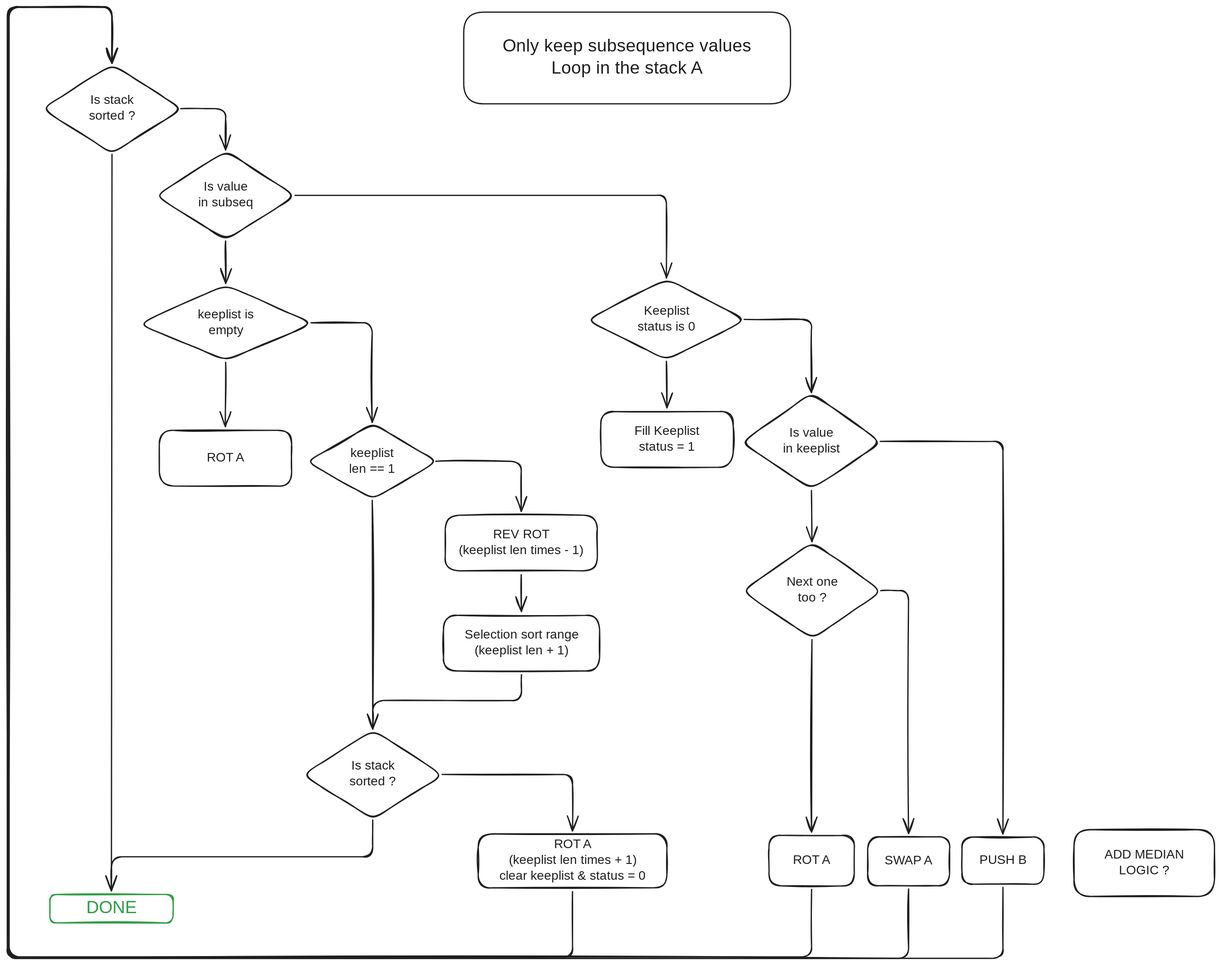
Above: images/only_keep_subsequence.excalidraw.svg in flinguenheld/42_push_swap (Excalidraw), before the change. Source tidied: one line per element, renumbered; positions are measured from the earlier drawing's top-left corner, leaving out a move shared by most shapes.
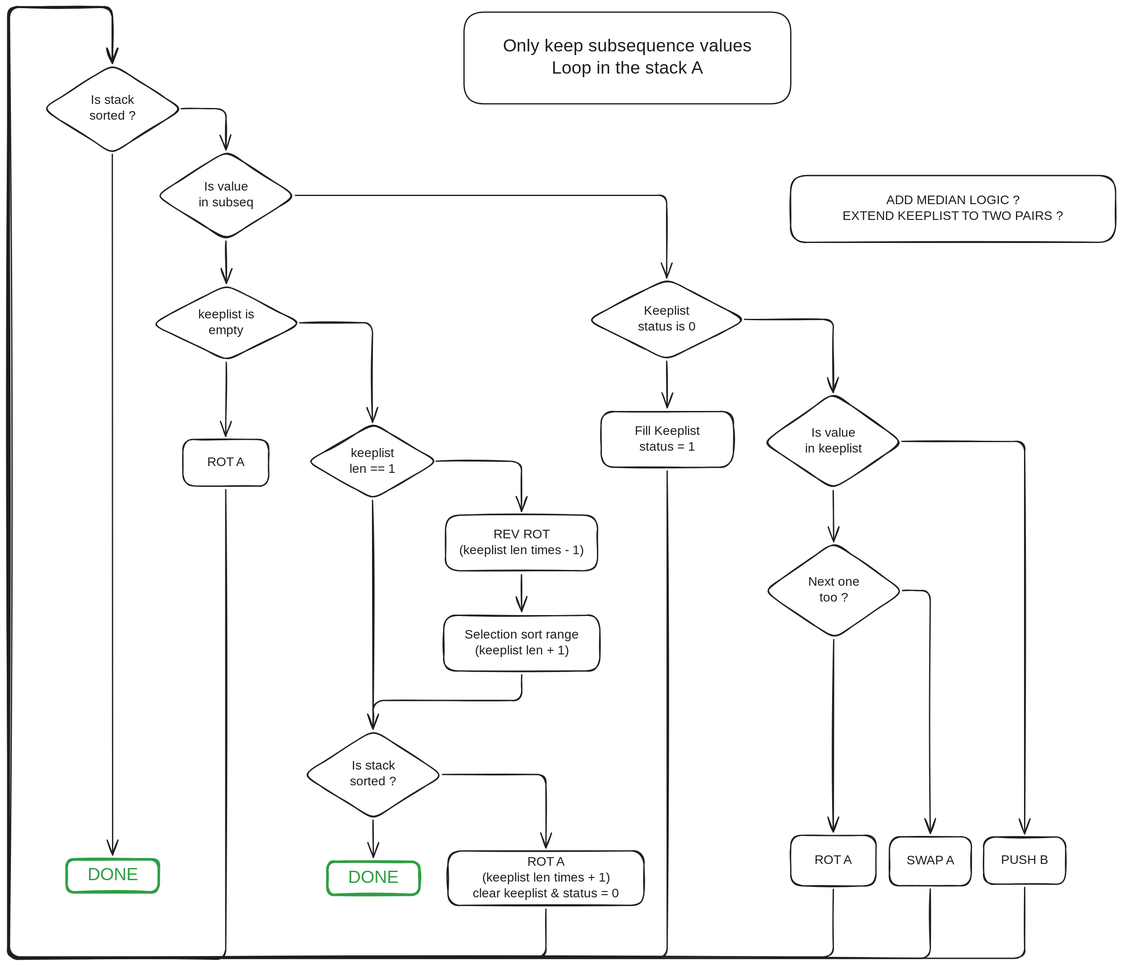
Above is the later version.

What changed in the source:
```diff
@@ -13,48 +13,52 @@
 {"id": 12, "type": "rectangle", "strokeColor": "#1e1e1e", "strokeWidth": 2, "roughness": 1, "round": true, "x": 939, "y": 640, "width": 209, "height": 88}
 {"id": 13, "type": "text", "text": "Fill Keeplist\nstatus = 1", "strokeColor": "#1e1e1e", "strokeWidth": 2, "roughness": 1, "fontSize": 20, "fontFamily": 5, "textAlign": "center", "verticalAlign": "middle", "inside": 12, "x": 989, "y": 659, "width": 110, "height": 50}
 {"id": 14, "type": "arrow", "strokeColor": "#1e1e1e", "strokeWidth": 2, "roughness": 1, "endArrowhead": "arrow", "from": 9, "to": 12, "x": 1043, "y": 561, "width": 1, "height": 74, "points": [[0, 0], [1, 74]]}
-{"id": 15, "type": "diamond", "strokeColor": "#1e1e1e", "strokeWidth": 2, "roughness": 1, "round": true, "x": 1162, "y": 611, "width": 221, "height": 153}
+{"id": 15, "type": "diamond", "strokeColor": "#1e1e1e", "strokeWidth": 2, "roughness": 1, "round": true, "x": 1196, "y": 611, "width": 221, "height": 153}
-{"id": 16, "type": "text", "text": "Is value\nin keeplist", "strokeColor": "#1e1e1e", "strokeWidth": 2, "roughness": 1, "fontSize": 20, "fontFamily": 5, "textAlign": "center", "verticalAlign": "middle", "inside": 15, "x": 1224, "y": 663, "width": 98, "height": 50}
+{"id": 16, "type": "text", "text": "Is value\nin keeplist", "strokeColor": "#1e1e1e", "strokeWidth": 2, "roughness": 1, "fontSize": 20, "fontFamily": 5, "textAlign": "center", "verticalAlign": "middle", "inside": 15, "x": 1258, "y": 663, "width": 98, "height": 50}
-{"id": 17, "type": "diamond", "strokeColor": "#1e1e1e", "strokeWidth": 2, "roughness": 1, "round": true, "x": 1163, "y": 847, "width": 221, "height": 153}
+{"id": 17, "type": "diamond", "strokeColor": "#1e1e1e", "strokeWidth": 2, "roughness": 1, "round": true, "x": 1197, "y": 847, "width": 221, "height": 153}
-{"id": 18, "type": "text", "text": "Next one\ntoo ?", "strokeColor": "#1e1e1e", "strokeWidth": 2, "roughness": 1, "fontSize": 20, "fontFamily": 5, "textAlign": "center", "verticalAlign": "middle", "inside": 17, "x": 1230, "y": 899, "width": 88, "height": 50}
+{"id": 18, "type": "text", "text": "Next one\ntoo ?", "strokeColor": "#1e1e1e", "strokeWidth": 2, "roughness": 1, "fontSize": 20, "fontFamily": 5, "textAlign": "center", "verticalAlign": "middle", "inside": 17, "x": 1264, "y": 899, "width": 88, "height": 50}
-{"id": 19, "type": "arrow", "strokeColor": "#1e1e1e", "strokeWidth": 2, "roughness": 1, "endArrowhead": "arrow", "from": 15, "to": 17, "x": 1272, "y": 765, "width": 1, "height": 81, "points": [[0, 0], [1, 81]]}
+{"id": 19, "type": "arrow", "strokeColor": "#1e1e1e", "strokeWidth": 2, "roughness": 1, "endArrowhead": "arrow", "from": 15, "to": 17, "x": 1306, "y": 765, "width": 1, "height": 81, "points": [[0, 0], [1, 81]]}
-{"id": 20, "type": "rectangle", "strokeColor": "#1e1e1e", "strokeWidth": 2, "roughness": 1, "round": true, "x": 1361, "y": 1313, "width": 130, "height": 77}
+{"id": 20, "type": "rectangle", "strokeColor": "#1e1e1e", "strokeWidth": 2, "roughness": 1, "round": true, "x": 1395, "y": 1313, "width": 130, "height": 77}
-{"id": 21, "type": "text", "text": "SWAP A", "strokeColor": "#1e1e1e", "strokeWidth": 2, "roughness": 1, "fontSize": 20, "fontFamily": 5, "textAlign": "center", "verticalAlign": "middle", "inside": 20, "x": 1389, "y": 1339, "width": 75, "height": 25}
+{"id": 21, "type": "text", "text": "SWAP A", "strokeColor": "#1e1e1e", "strokeWidth": 2, "roughness": 1, "fontSize": 20, "fontFamily": 5, "textAlign": "center", "verticalAlign": "middle", "inside": 20, "x": 1423, "y": 1339, "width": 75, "height": 25}
-{"id": 22, "type": "arrow", "strokeColor": "#1e1e1e", "strokeWidth": 2, "roughness": 1, "endArrowhead": "arrow", "from": 9, "to": 15, "x": 1166, "y": 495, "width": 106, "height": 116, "points": [[0, 0], [106, 0], [106, 116]]}
+{"id": 22, "type": "arrow", "strokeColor": "#1e1e1e", "strokeWidth": 2, "roughness": 1, "endArrowhead": "arrow", "from": 9, "to": 15, "x": 1166, "y": 495, "width": 140, "height": 116, "points": [[0, 0], [140, 0], [140, 116]]}
-{"id": 23, "type": "diamond", "strokeColor": "#1e1e1e", "strokeWidth": 2, "roughness": 1, "round": true, "x": 208, "y": 440, "width": 275, "height": 120}
+{"id": 23, "type": "diamond", "strokeColor": "#1e1e1e", "strokeWidth": 2, "roughness": 1, "round": true, "x": 228, "y": 440, "width": 237, "height": 120}
 {"id": 24, "type": "text", "text": "keeplist is\nempty", "strokeColor": "#1e1e1e", "strokeWidth": 2, "roughness": 1, "fontSize": 20, "fontFamily": 5, "textAlign": "center", "verticalAlign": "middle", "inside": 23, "x": 297, "y": 475, "width": 98, "height": 50}
-{"id": 25, "type": "rectangle", "strokeColor": "#1e1e1e", "strokeWidth": 2, "roughness": 1, "round": true, "x": 241, "y": 670, "width": 209, "height": 88}
+{"id": 25, "type": "rectangle", "strokeColor": "#1e1e1e", "strokeWidth": 2, "roughness": 1, "round": true, "x": 277, "y": 685, "width": 136, "height": 74}
-{"id": 26, "type": "text", "text": "ROT A", "strokeColor": "#1e1e1e", "strokeWidth": 2, "roughness": 1, "fontSize": 20, "fontFamily": 5, "textAlign": "center", "verticalAlign": "middle", "inside": 25, "x": 311, "y": 702, "width": 69, "height": 25}
+{"id": 26, "type": "text", "text": "ROT A", "strokeColor": "#1e1e1e", "strokeWidth": 2, "roughness": 1, "fontSize": 20, "fontFamily": 5, "textAlign": "center", "verticalAlign": "middle", "inside": 25, "x": 311, "y": 709, "width": 69, "height": 25}
-{"id": 27, "type": "arrow", "strokeColor": "#1e1e1e", "strokeWidth": 2, "roughness": 1, "endArrowhead": "arrow", "from": 2, "to": 23, "x": 345, "y": 371, "width": 0, "height": 67, "points": [[0, 0], [0, 67]]}
+{"id": 27, "type": "arrow", "strokeColor": "#1e1e1e", "strokeWidth": 2, "roughness": 1, "endArrowhead": "arrow", "from": 2, "to": 23, "x": 345, "y": 371, "width": 1, "height": 67, "points": [[0, 0], [1, 67]]}
-{"id": 28, "type": "arrow", "strokeColor": "#1e1e1e", "strokeWidth": 2, "roughness": 1, "endArrowhead": "arrow", "from": 23, "to": 25, "x": 345, "y": 562, "width": 0, "height": 102, "points": [[0, 0], [0, 102]]}
+{"id": 28, "type": "arrow", "strokeColor": "#1e1e1e", "strokeWidth": 2, "roughness": 1, "endArrowhead": "arrow", "from": 23, "to": 25, "x": 346, "y": 562, "width": 1, "height": 117, "points": [[0, 0], [-1, 117]]}
-{"id": 29, "type": "rectangle", "strokeColor": "#1e1e1e", "strokeWidth": 2, "roughness": 1, "round": true, "x": 1510, "y": 1314, "width": 130, "height": 75}
+{"id": 29, "type": "rectangle", "strokeColor": "#1e1e1e", "strokeWidth": 2, "roughness": 1, "round": true, "x": 1544, "y": 1314, "width": 130, "height": 75}
-{"id": 30, "type": "text", "text": "PUSH B", "strokeColor": "#1e1e1e", "strokeWidth": 2, "roughness": 1, "fontSize": 20, "fontFamily": 5, "textAlign": "center", "verticalAlign": "middle", "inside": 29, "x": 1537, "y": 1338, "width": 76, "height": 25}
+{"id": 30, "type": "text", "text": "PUSH B", "strokeColor": "#1e1e1e", "strokeWidth": 2, "roughness": 1, "fontSize": 20, "fontFamily": 5, "textAlign": "center", "verticalAlign": "middle", "inside": 29, "x": 1571, "y": 1338, "width": 76, "height": 25}
-{"id": 31, "type": "arrow", "strokeColor": "#1e1e1e", "strokeWidth": 2, "roughness": 1, "endArrowhead": "arrow", "from": 15, "to": 29, "x": 1381, "y": 688, "width": 194, "height": 621, "points": [[0, 0], [194, 0], [194, 621]]}
+{"id": 31, "type": "arrow", "strokeColor": "#1e1e1e", "strokeWidth": 2, "roughness": 1, "endArrowhead": "arrow", "from": 15, "to": 29, "x": 1415, "y": 688, "width": 194, "height": 621, "points": [[0, 0], [194, 0], [194, 621]]}
-{"id": 32, "type": "rectangle", "strokeColor": "#1e1e1e", "strokeWidth": 2, "roughness": 1, "round": true, "x": 1205, "y": 1311, "width": 135, "height": 80}
+{"id": 32, "type": "rectangle", "strokeColor": "#1e1e1e", "strokeWidth": 2, "roughness": 1, "round": true, "x": 1239, "y": 1311, "width": 135, "height": 80}
-{"id": 33, "type": "text", "text": "ROT A", "strokeColor": "#1e1e1e", "strokeWidth": 2, "roughness": 1, "fontSize": 20, "fontFamily": 5, "textAlign": "center", "verticalAlign": "middle", "inside": 32, "x": 1238, "y": 1338, "width": 69, "height": 25}
+{"id": 33, "type": "text", "text": "ROT A", "strokeColor": "#1e1e1e", "strokeWidth": 2, "roughness": 1, "fontSize": 20, "fontFamily": 5, "textAlign": "center", "verticalAlign": "middle", "inside": 32, "x": 1272, "y": 1338, "width": 69, "height": 25}
 {"id": 34, "type": "diamond", "strokeColor": "#1e1e1e", "strokeWidth": 2, "roughness": 1, "round": true, "x": 474, "y": 660, "width": 206, "height": 119}
 {"id": 35, "type": "text", "text": "keeplist\nlen == 1", "strokeColor": "#1e1e1e", "strokeWidth": 2, "roughness": 1, "fontSize": 20, "fontFamily": 5, "textAlign": "center", "verticalAlign": "middle", "inside": 34, "x": 540, "y": 694, "width": 74, "height": 50}
 {"id": 36, "type": "diamond", "strokeColor": "#1e1e1e", "strokeWidth": 2, "roughness": 1, "round": true, "x": 468, "y": 1144, "width": 221, "height": 141}
 {"id": 37, "type": "text", "text": "Is stack\nsorted ?", "strokeColor": "#1e1e1e", "strokeWidth": 2, "roughness": 1, "fontSize": 20, "fontFamily": 5, "textAlign": "center", "verticalAlign": "middle", "inside": 36, "x": 536, "y": 1189, "width": 84, "height": 50}
-{"id": 38, "type": "rectangle", "strokeColor": "#1e1e1e", "strokeWidth": 2, "roughness": 1, "round": true, "x": 745, "y": 1309, "width": 299, "height": 85}
+{"id": 38, "type": "rectangle", "strokeColor": "#1e1e1e", "strokeWidth": 2, "roughness": 1, "round": true, "x": 697, "y": 1335, "width": 310, "height": 86}
-{"id": 39, "type": "text", "text": "ROT A\n(keeplist len times + 1)\nclear keeplist & status = 0", "strokeColor": "#1e1e1e", "strokeWidth": 2, "roughness": 1, "fontSize": 20, "fontFamily": 5, "textAlign": "center", "verticalAlign": "middle", "inside": 38, "x": 762, "y": 1314, "width": 265, "height": 75}
+{"id": 39, "type": "text", "text": "ROT A\n(keeplist len times + 1)\nclear keeplist & status = 0", "strokeColor": "#1e1e1e", "strokeWidth": 2, "roughness": 1, "fontSize": 20, "fontFamily": 5, "textAlign": "center", "verticalAlign": "middle", "inside": 38, "x": 719, "y": 1341, "width": 265, "height": 75}
-{"id": 40, "type": "arrow", "strokeColor": "#1e1e1e", "strokeWidth": 2, "roughness": 1, "endArrowhead": "arrow", "from": 23, "to": 34, "x": 481, "y": 500, "width": 97, "height": 158, "points": [[0, 0], [97, 0], [97, 158]]}
+{"id": 40, "type": "arrow", "strokeColor": "#1e1e1e", "strokeWidth": 2, "roughness": 1, "endArrowhead": "arrow", "from": 23, "to": 34, "x": 462, "y": 500, "width": 115, "height": 158, "points": [[0, 0], [115, 0], [115, 158]]}
 {"id": 41, "type": "arrow", "strokeColor": "#1e1e1e", "strokeWidth": 2, "roughness": 1, "endArrowhead": "arrow", "from": 34, "to": 36, "x": 577, "y": 781, "width": 1, "height": 362, "points": [[0, 0], [1, 362]]}
-{"id": 42, "type": "arrow", "strokeColor": "#1e1e1e", "strokeWidth": 2, "roughness": 1, "endArrowhead": "arrow", "from": 36, "to": 38, "x": 688, "y": 1214, "width": 206, "height": 89, "points": [[0, 0], [206, 0], [206, 89]]}
+{"id": 42, "type": "arrow", "strokeColor": "#1e1e1e", "strokeWidth": 2, "roughness": 1, "endArrowhead": "arrow", "from": 36, "to": 38, "x": 688, "y": 1214, "width": 164, "height": 116, "points": [[0, 0], [164, 0], [164, 116]]}
 {"id": 43, "type": "arrow", "strokeColor": "#1e1e1e", "strokeWidth": 2, "roughness": 1, "endArrowhead": "arrow", "from": 34, "to": 4, "x": 678, "y": 719, "width": 135, "height": 79, "points": [[0, 0], [135, 0], [135, 79]]}
 {"id": 44, "type": "arrow", "strokeColor": "#1e1e1e", "strokeWidth": 2, "roughness": 1, "endArrowhead": "arrow", "from": 6, "to": 36, "x": 814, "y": 1057, "width": 235, "height": 86, "points": [[0, 0], [0, 41], [-235, 41], [-235, 86]]}
-{"id": 45, "type": "arrow", "strokeColor": "#1e1e1e", "strokeWidth": 2, "roughness": 1, "endArrowhead": "arrow", "from": 32, "to": 50, "x": 1272, "y": 1396, "width": 1271, "height": 1503, "points": [[0, 0], [0, 107], [-1271, 107], [-1271, -1396], [-1107, -1396], [-1107, -1307]]}
+{"id": 45, "type": "arrow", "strokeColor": "#1e1e1e", "strokeWidth": 2, "roughness": 1, "endArrowhead": "arrow", "from": 32, "to": 50, "x": 1306, "y": 1396, "width": 1305, "height": 1503, "points": [[0, 0], [0, 107], [-1305, 107], [-1305, -1396], [-1141, -1396], [-1141, -1307]]}
-{"id": 46, "type": "arrow", "strokeColor": "#1e1e1e", "strokeWidth": 2, "roughness": 1, "endArrowhead": "arrow", "from": 29, "to": 50, "x": 1575, "y": 1393, "width": 1575, "height": 1505, "points": [[0, 0], [0, 112], [-1575, 112], [-1575, -1392], [-1410, -1392], [-1410, -1304]]}
+{"id": 46, "type": "arrow", "strokeColor": "#1e1e1e", "strokeWidth": 2, "roughness": 1, "endArrowhead": "arrow", "from": 29, "to": 50, "x": 1609, "y": 1393, "width": 1609, "height": 1505, "points": [[0, 0], [0, 112], [-1609, 112], [-1609, -1392], [-1444, -1392], [-1444, -1304]]}
-{"id": 47, "type": "arrow", "strokeColor": "#1e1e1e", "strokeWidth": 2, "roughness": 1, "endArrowhead": "arrow", "from": 20, "to": 50, "x": 1426, "y": 1396, "width": 1423, "height": 1505, "points": [[0, 0], [0, 110], [-1423, 110], [-1423, -1395], [-1260, -1395], [-1260, -1306]]}
+{"id": 47, "type": "arrow", "strokeColor": "#1e1e1e", "strokeWidth": 2, "roughness": 1, "endArrowhead": "arrow", "from": 20, "to": 50, "x": 1460, "y": 1396, "width": 1457, "height": 1505, "points": [[0, 0], [0, 110], [-1457, 110], [-1457, -1395], [-1294, -1395], [-1294, -1306]]}
-{"id": 48, "type": "arrow", "strokeColor": "#1e1e1e", "strokeWidth": 2, "roughness": 1, "endArrowhead": "arrow", "from": 17, "to": 32, "x": 1273, "y": 1001, "width": 1, "height": 304, "points": [[0, 0], [-1, 304]]}
+{"id": 48, "type": "arrow", "strokeColor": "#1e1e1e", "strokeWidth": 2, "roughness": 1, "endArrowhead": "arrow", "from": 17, "to": 32, "x": 1307, "y": 1001, "width": 1, "height": 304, "points": [[0, 0], [-1, 304]]}
-{"id": 49, "type": "arrow", "strokeColor": "#1e1e1e", "strokeWidth": 2, "roughness": 1, "endArrowhead": "arrow", "from": 17, "to": 20, "x": 1382, "y": 924, "width": 44, "height": 384, "points": [[0, 0], [44, 0], [44, 384]]}
+{"id": 49, "type": "arrow", "strokeColor": "#1e1e1e", "strokeWidth": 2, "roughness": 1, "endArrowhead": "arrow", "from": 17, "to": 20, "x": 1416, "y": 924, "width": 44, "height": 384, "points": [[0, 0], [44, 0], [44, 384]]}
 {"id": 50, "type": "diamond", "strokeColor": "#1e1e1e", "strokeWidth": 2, "roughness": 1, "round": true, "x": 55, "y": 91, "width": 221, "height": 141}
 {"id": 51, "type": "text", "text": "Is stack\nsorted ?", "strokeColor": "#1e1e1e", "strokeWidth": 2, "roughness": 1, "fontSize": 20, "fontFamily": 5, "textAlign": "center", "verticalAlign": "middle", "inside": 50, "x": 124, "y": 136, "width": 84, "height": 50}
-{"id": 52, "type": "rectangle", "strokeColor": "#2f9e44", "strokeWidth": 2, "roughness": 1, "round": true, "x": 67, "y": 1404, "width": 195, "height": 45}
+{"id": 52, "type": "rectangle", "strokeColor": "#2f9e44", "strokeWidth": 4, "roughness": 1, "round": true, "x": 93, "y": 1349, "width": 146, "height": 52}
-{"id": 53, "type": "text", "text": "DONE", "strokeColor": "#2f9e44", "strokeWidth": 2, "roughness": 1, "fontSize": 28, "fontFamily": 5, "textAlign": "center", "verticalAlign": "bottom", "inside": 52, "x": 125, "y": 1409, "width": 80, "height": 35}
+{"id": 53, "type": "text", "text": "DONE", "strokeColor": "#2f9e44", "strokeWidth": 2, "roughness": 1, "fontSize": 28, "fontFamily": 5, "textAlign": "center", "verticalAlign": "middle", "inside": 52, "x": 126, "y": 1357, "width": 80, "height": 35}
 {"id": 54, "type": "arrow", "strokeColor": "#1e1e1e", "strokeWidth": 2, "roughness": 1, "endArrowhead": "arrow", "from": 50, "to": 2, "x": 274, "y": 161, "width": 71, "height": 65, "points": [[0, 0], [71, 0], [71, 65]]}
-{"id": 55, "type": "arrow", "strokeColor": "#1e1e1e", "strokeWidth": 2, "roughness": 1, "endArrowhead": "arrow", "from": 50, "to": 52, "x": 166, "y": 233, "width": 1, "height": 1165, "points": [[0, 0], [-1, 1165]]}
+{"id": 55, "type": "arrow", "strokeColor": "#1e1e1e", "strokeWidth": 2, "roughness": 1, "endArrowhead": "arrow", "from": 50, "to": 52, "x": 166, "y": 233, "width": 0, "height": 1108, "points": [[0, 0], [0, 1108]]}
-{"id": 56, "type": "arrow", "strokeColor": "#1e1e1e", "strokeWidth": 2, "roughness": 1, "endArrowhead": "arrow", "from": 36, "to": 52, "x": 578, "y": 1287, "width": 413, "height": 112, "points": [[0, 0], [0, 58], [-413, 58], [-413, 112]]}
-{"id": 57, "type": "arrow", "strokeColor": "#1e1e1e", "strokeWidth": 2, "roughness": 1, "endArrowhead": "arrow", "from": 38, "to": 50, "x": 894, "y": 1400, "width": 892, "height": 1503, "points": [[0, 0], [0, 103], [-892, 103], [-892, -1400], [-729, -1400], [-729, -1311]]}
+{"id": 57, "type": "arrow", "strokeColor": "#1e1e1e", "strokeWidth": 2, "roughness": 1, "endArrowhead": "arrow", "from": 38, "to": 50, "x": 852, "y": 1428, "width": 849, "height": 1503, "points": [[0, 0], [0, 76], [-849, 76], [-849, -1428], [-686, -1428], [-686, -1338]]}
-{"id": 58, "type": "rectangle", "strokeColor": "#1e1e1e", "strokeWidth": 2, "roughness": 1, "round": true, "x": 1688, "y": 1302, "width": 222, "height": 106}
+{"id": 58, "type": "rectangle", "strokeColor": "#1e1e1e", "strokeWidth": 2, "roughness": 1, "round": true, "x": 1239, "y": 267, "width": 514, "height": 106}
-{"id": 59, "type": "text", "text": "ADD MEDIAN\nLOGIC ?", "strokeColor": "#1e1e1e", "strokeWidth": 2, "roughness": 1, "fontSize": 20, "fontFamily": 5, "textAlign": "center", "verticalAlign": "middle", "inside": 58, "x": 1731, "y": 1330, "width": 135, "height": 50}
+{"id": 59, "type": "text", "text": "ADD MEDIAN LOGIC ?\nEXTEND KEEPLIST TO TWO PAIRS ?", "strokeColor": "#1e1e1e", "strokeWidth": 2, "roughness": 1, "fontSize": 20, "fontFamily": 5, "textAlign": "center", "verticalAlign": "middle", "inside": 58, "x": 1303, "y": 295, "width": 386, "height": 50}
+{"id": 60, "type": "arrow", "strokeColor": "#1e1e1e", "backgroundColor": "#40c057", "fillStyle": "solid", "strokeWidth": 2, "roughness": 1, "endArrowhead": "arrow", "from": 12, "to": 50, "x": 1044, "y": 734, "width": 1043, "height": 1504, "points": [[0, 0], [0, 771], [-1043, 771], [-1043, -733], [-878, -733], [-878, -645]]}
+{"id": 61, "type": "arrow", "strokeColor": "#1e1e1e", "strokeWidth": 2, "roughness": 1, "endArrowhead": "arrow", "from": 25, "to": 50, "x": 345, "y": 764, "width": 342, "height": 1506, "points": [[0, 0], [0, 743], [-342, 743], [-342, -763], [-179, -763], [-179, -675]]}
+{"id": 62, "type": "rectangle", "strokeColor": "#2f9e44", "strokeWidth": 4, "roughness": 1, "round": true, "x": 506, "y": 1353, "width": 146, "height": 52}
+{"id": 63, "type": "text", "text": "DONE", "strokeColor": "#2f9e44", "strokeWidth": 2, "roughness": 1, "fontSize": 28, "fontFamily": 5, "textAlign": "center", "verticalAlign": "middle", "inside": 62, "x": 539, "y": 1361, "width": 80, "height": 35}
+{"id": 64, "type": "arrow", "strokeColor": "#1e1e1e", "strokeWidth": 2, "roughness": 1, "endArrowhead": "arrow", "from": 36, "to": 62, "x": 578, "y": 1287, "width": 0, "height": 59, "points": [[0, 0], [0, 59]]}
```
